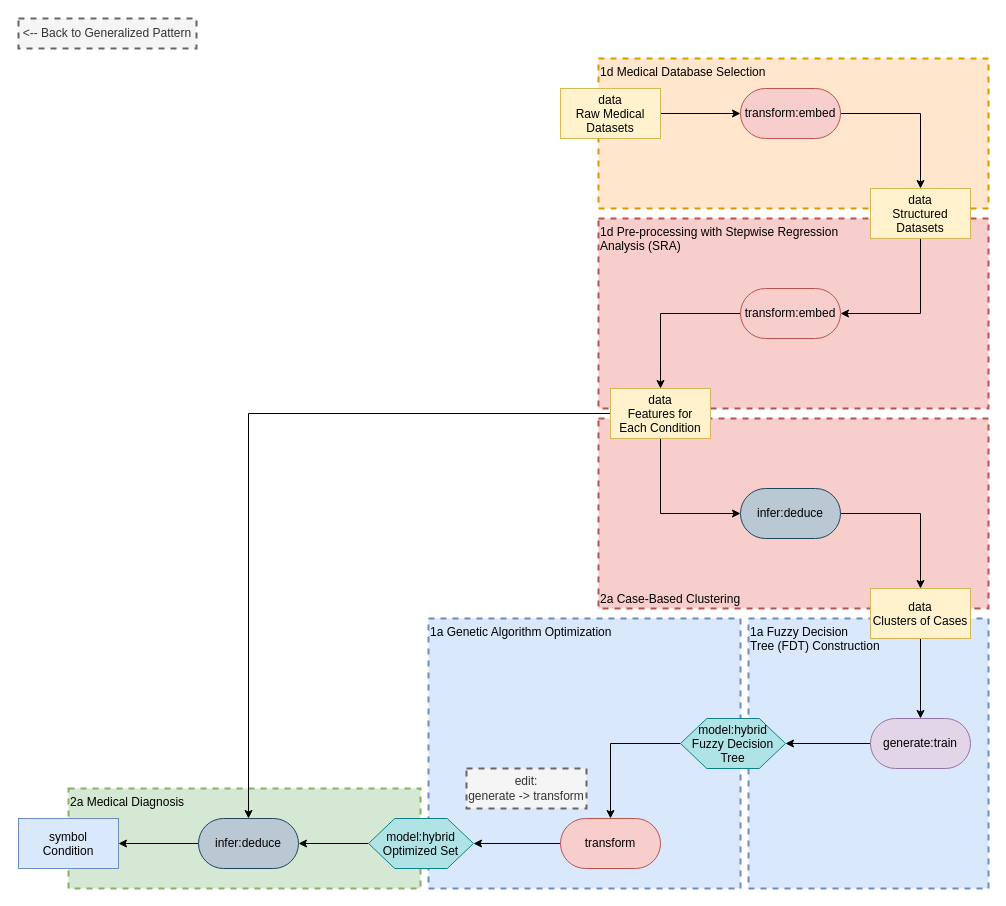
The draw.io diagram page "Refined Pattern" (2 of 6) of medical patterns to boxologies/ML Pre-processes input data for Rule-Based inference (MLRB)/MLRB.drawio in zonnesmit/thesis, before the edit. Source tidied: cells renumbered, new cells numbered last; positions are measured from the earlier drawing's top-left corner, leaving out a move shared by most shapes. Both pictures are drawn from the tidied source at 100%, with x=0, y=0 at pixel (18, 18).
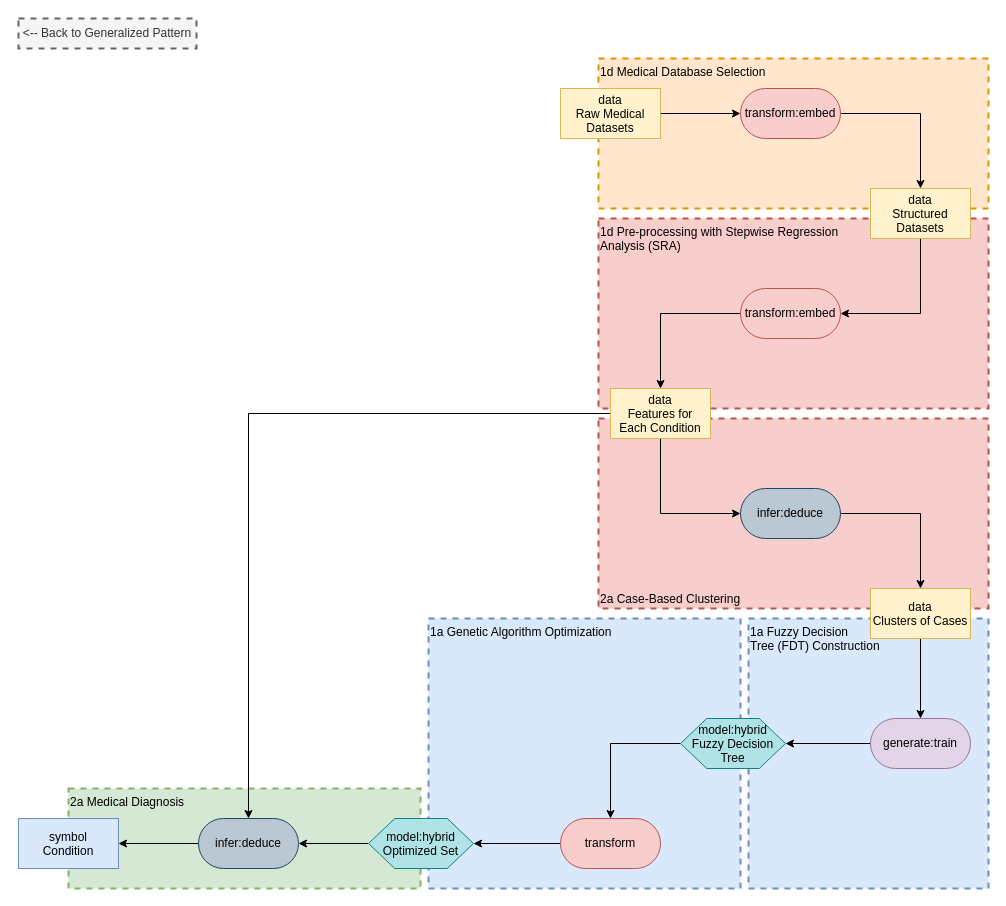
The same page after the edit.

Diff of the diagram source:
```diff
@@
-    <mxCell id="35" value="&lt;div&gt;edit:&lt;/div&gt;&lt;div&gt;generate -&amp;gt; transform&lt;/div&gt;" style="text;html=1;align=center;verticalAlign=middle;whiteSpace=wrap;rounded=0;dashed=1;fillColor=#f5f5f5;fontColor=#333333;strokeColor=#666666;strokeWidth=2;" parent="1" vertex="1">
-      <mxGeometry x="448" y="750" width="120" height="40" as="geometry" />
-    </mxCell>
```
